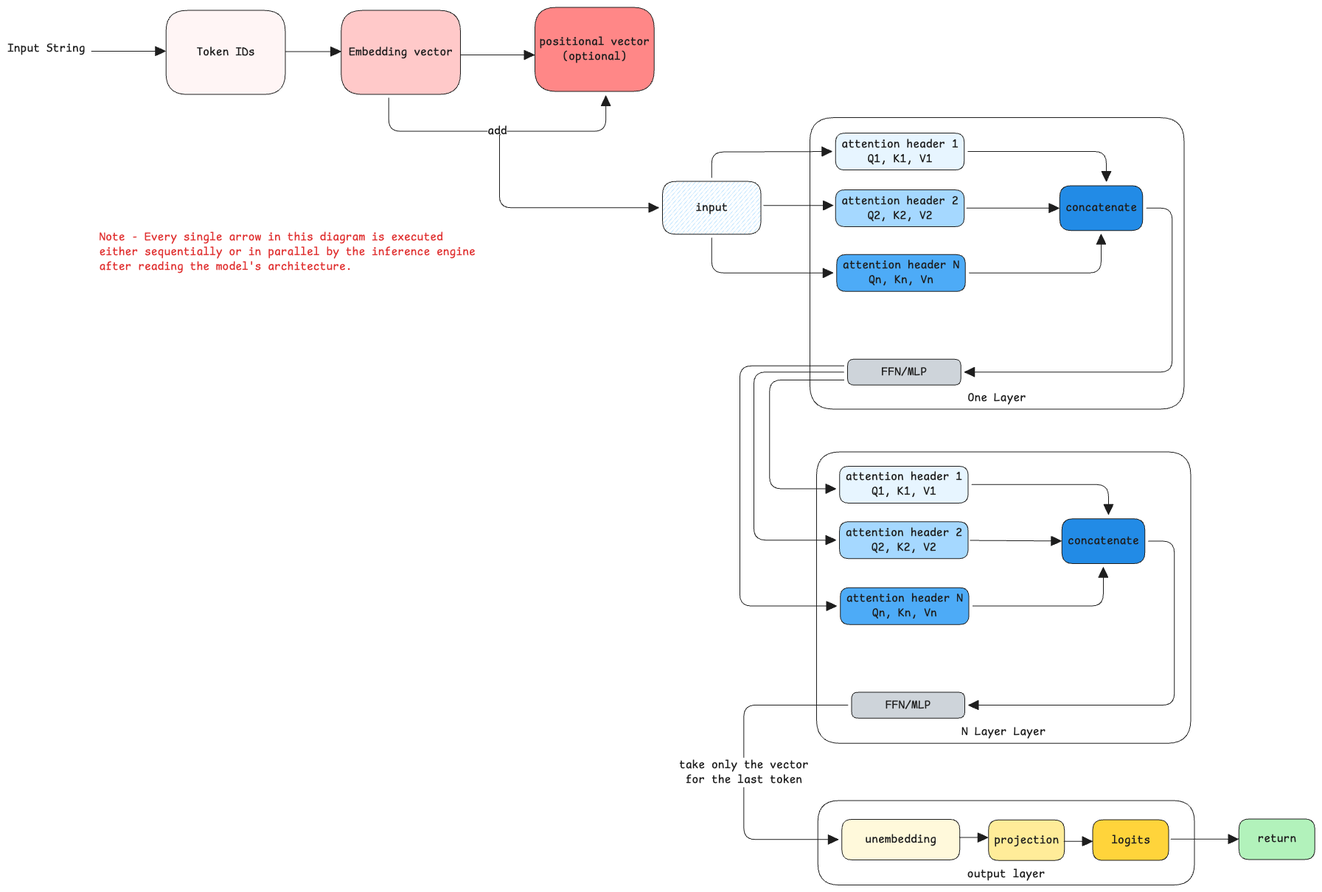
swaroopar/inprogress-engineer keeps this Excalidraw diagram as static/img/ai-llm-hl.excalidraw.png. Above is the earlier version. Source tidied: one line per element, renumbered; positions are measured from the earlier drawing's top-left corner, leaving out a move shared by most shapes.
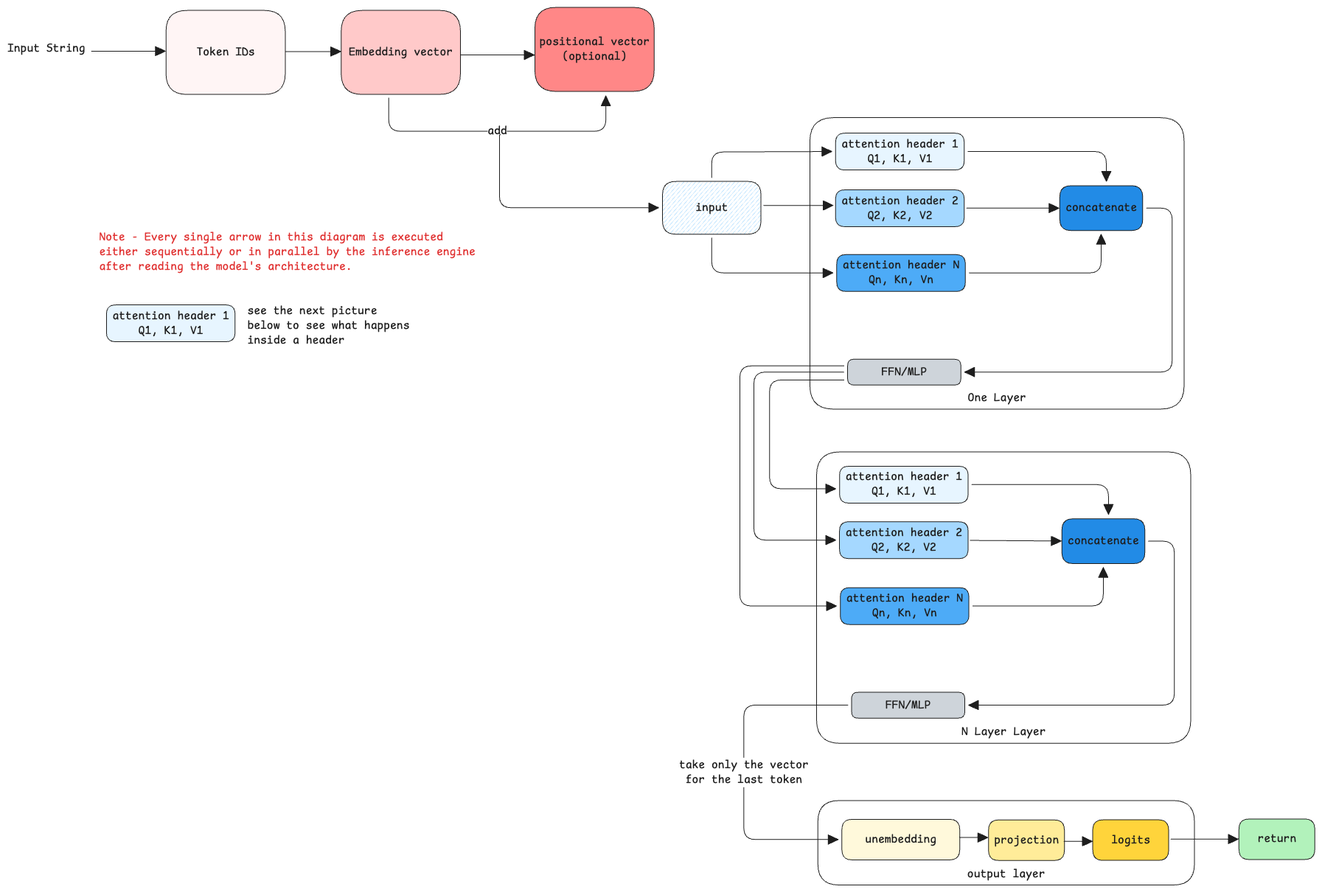
The same diagram one commit later.

The edit, as a diff of the source:
```diff
@@ -67,3 +67,6 @@
 {"id": 66, "type": "arrow", "strokeColor": "#1e1e1e", "backgroundColor": "#ced4da", "fillStyle": "solid", "strokeWidth": 1, "roughness": 0, "endArrowhead": "triangle", "from": 53, "to": 57, "x": 1291, "y": 1126, "width": 39, "height": 0, "points": [[0, 0], [39, 0]]}
 {"id": 67, "type": "arrow", "strokeColor": "#1e1e1e", "backgroundColor": "#ced4da", "fillStyle": "solid", "strokeWidth": 1, "roughness": 0, "endArrowhead": "triangle", "x": 1433, "y": 1131, "width": 39, "height": 0, "points": [[0, 0], [39, 0]]}
 {"id": 68, "type": "text", "text": "Note - Every single arrow in this diagram is executed\neither sequentially or in parallel by the inference engine\nafter reading the model's architecture.", "strokeColor": "#e03131", "strokeWidth": 2, "roughness": 1, "fontSize": 16, "fontFamily": 8, "x": 124, "y": 302, "width": 510, "height": 60}
+{"id": 69, "type": "rectangle", "strokeColor": "#1e1e1e", "backgroundColor": "#e7f5ff", "fillStyle": "solid", "strokeWidth": 1, "roughness": 0, "round": true, "x": 134, "y": 404, "width": 174, "height": 50}
+{"id": 70, "type": "text", "text": "attention header 1\nQ1, K1, V1", "strokeColor": "#1e1e1e", "strokeWidth": 1, "roughness": 0, "fontSize": 16, "fontFamily": 8, "textAlign": "center", "verticalAlign": "middle", "inside": 69, "x": 142, "y": 409, "width": 158, "height": 40}
+{"id": 71, "type": "text", "text": "see the next picture\nbelow to see what happens\ninside a header", "strokeColor": "#1e1e1e", "strokeWidth": 2, "roughness": 1, "fontSize": 16, "fontFamily": 8, "x": 325, "y": 402, "width": 220, "height": 60}
```
